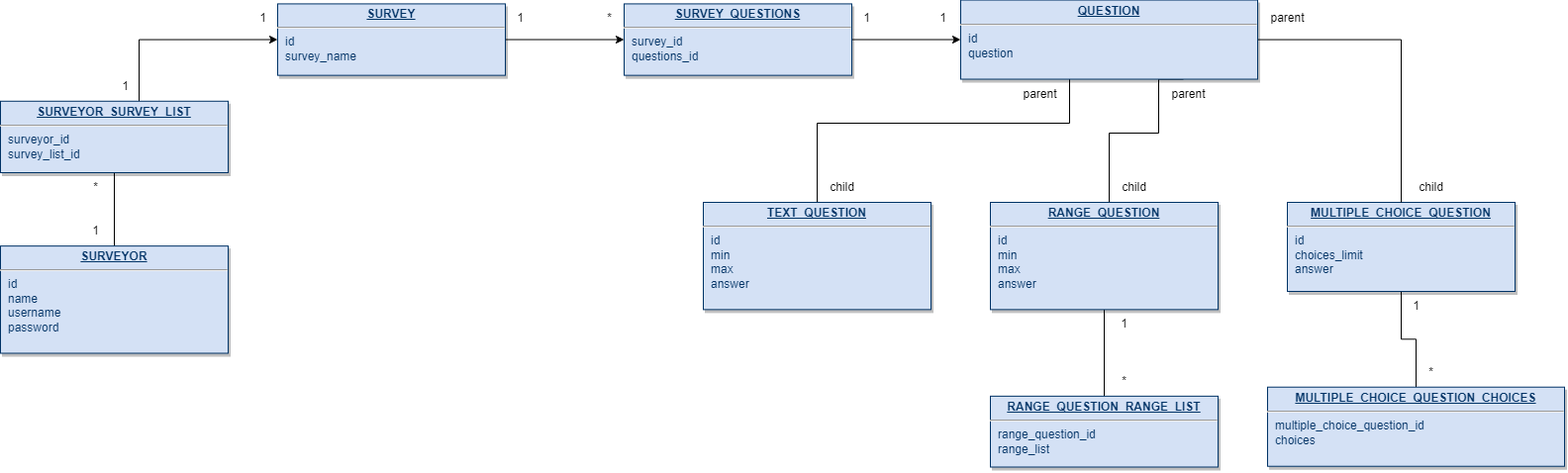
This is diagrams/er-diagram.drawio.png from dianamiraflor/4806-project, a draw.io export, as it was before one commit. Source tidied: cells renumbered, new cells last; positions are measured from the earlier drawing's top-left corner, leaving out a move shared by most shapes.
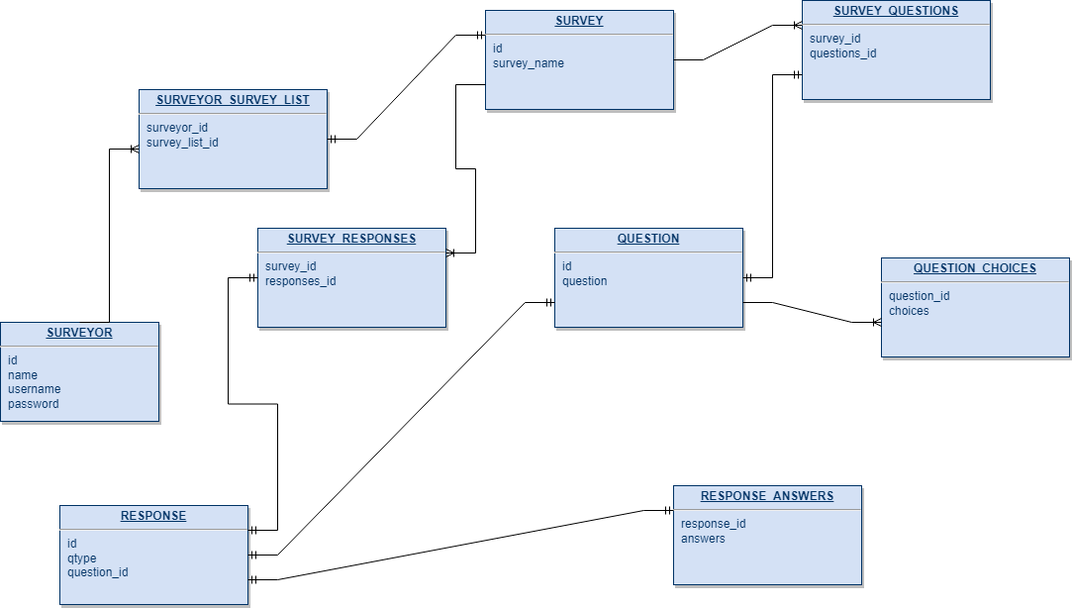
The same diagram one commit later.

Diff of the diagram source:
```diff
@@ -2,132 +2,65 @@
   <root>
     <mxCell id="0" />
     <mxCell id="1" parent="0" />
-    <mxCell id="2" style="edgeStyle=orthogonalEdgeStyle;rounded=0;jettySize=auto;html=1;entryX=0.5;entryY=0;entryDx=0;entryDy=0;endArrow=none;endFill=0;" parent="1" edge="1" source="3" target="4">
-      <mxGeometry relative="1" as="geometry" />
-    </mxCell>
-    <mxCell id="3" value="&lt;p style=&quot;margin: 0px; margin-top: 4px; text-align: center; text-decoration: underline;&quot;&gt;&lt;strong&gt;MULTIPLE_CHOICE_QUESTION&lt;/strong&gt;&lt;/p&gt;&lt;hr&gt;&lt;p style=&quot;margin: 0px; margin-left: 8px;&quot;&gt;id&lt;/p&gt;&lt;p style=&quot;margin: 0px; margin-left: 8px;&quot;&gt;choices_limit&lt;/p&gt;&lt;p style=&quot;margin: 0px; margin-left: 8px;&quot;&gt;answer&lt;/p&gt;" style="verticalAlign=top;align=left;overflow=fill;fontSize=12;fontFamily=Helvetica;html=1;strokeColor=#003366;shadow=1;fillColor=#D4E1F5;fontColor=#003366;" parent="1" vertex="1">
-      <mxGeometry x="1300" y="204" width="230" height="90" as="geometry" />
-    </mxCell>
-    <mxCell id="4" value="&lt;p style=&quot;margin: 0px; margin-top: 4px; text-align: center; text-decoration: underline;&quot;&gt;&lt;strong&gt;MULTIPLE_CHOICE_QUESTION_CHOICES&lt;/strong&gt;&lt;/p&gt;&lt;hr&gt;&lt;p style=&quot;margin: 0px; margin-left: 8px;&quot;&gt;multiple_choice_question_id&lt;/p&gt;&lt;p style=&quot;margin: 0px; margin-left: 8px;&quot;&gt;choices&lt;/p&gt;" style="verticalAlign=top;align=left;overflow=fill;fontSize=12;fontFamily=Helvetica;html=1;strokeColor=#003366;shadow=1;fillColor=#D4E1F5;fontColor=#003366;" parent="1" vertex="1">
-      <mxGeometry x="1280" y="390.7" width="300" height="80" as="geometry" />
-    </mxCell>
-    <mxCell id="5" style="edgeStyle=orthogonalEdgeStyle;rounded=0;jettySize=auto;html=1;entryX=0.5;entryY=0;entryDx=0;entryDy=0;endArrow=none;endFill=0;" parent="1" edge="1" source="8" target="12">
-      <mxGeometry relative="1" as="geometry">
-        <Array as="points">
-          <mxPoint x="1080" y="124" />
-          <mxPoint x="825" y="124" />
-        </Array>
-      </mxGeometry>
-    </mxCell>
-    <mxCell id="6" style="edgeStyle=orthogonalEdgeStyle;rounded=0;jettySize=auto;html=1;entryX=0.5;entryY=0;entryDx=0;entryDy=0;exitX=0.75;exitY=1;exitDx=0;exitDy=0;endArrow=none;endFill=0;" parent="1" edge="1" source="8" target="10">
-      <mxGeometry relative="1" as="geometry">
-        <Array as="points">
-          <mxPoint x="1170" y="79" />
-          <mxPoint x="1170" y="134" />
-          <mxPoint x="1120" y="134" />
-          <mxPoint x="1120" y="204" />
-        </Array>
-      </mxGeometry>
-    </mxCell>
-    <mxCell id="7" style="edgeStyle=orthogonalEdgeStyle;rounded=0;jettySize=auto;html=1;entryX=0.5;entryY=0;entryDx=0;entryDy=0;endArrow=none;endFill=0;" parent="1" edge="1" source="8" target="3">
-      <mxGeometry relative="1" as="geometry" />
-    </mxCell>
+    <mxCell id="14" value="&lt;p style=&quot;margin: 0px; margin-top: 4px; text-align: center; text-decoration: underline;&quot;&gt;&lt;b&gt;SURVEYOR&lt;/b&gt;&lt;/p&gt;&lt;hr&gt;&lt;p style=&quot;margin: 0px; margin-left: 8px;&quot;&gt;id&lt;/p&gt;&lt;p style=&quot;margin: 0px; margin-left: 8px;&quot;&gt;name&lt;/p&gt;&lt;p style=&quot;margin: 0px; margin-left: 8px;&quot;&gt;username&lt;/p&gt;&lt;p style=&quot;margin: 0px; margin-left: 8px;&quot;&gt;password&lt;/p&gt;" style="verticalAlign=top;align=left;overflow=fill;fontSize=12;fontFamily=Helvetica;html=1;strokeColor=#003366;shadow=1;fillColor=#D4E1F5;fontColor=#003366;" parent="1" vertex="1">
+      <mxGeometry x="1240" y="539" width="160" height="100" as="geometry" />
+    </mxCell>
+    <mxCell id="20" value="&lt;p style=&quot;margin: 0px; margin-top: 4px; text-align: center; text-decoration: underline;&quot;&gt;&lt;b&gt;SURVEYOR_SURVEY_LIST&lt;/b&gt;&lt;/p&gt;&lt;hr&gt;&lt;p style=&quot;margin: 0px; margin-left: 8px;&quot;&gt;surveyor_id&lt;/p&gt;&lt;p style=&quot;margin: 0px; margin-left: 8px;&quot;&gt;survey_list_id&lt;/p&gt;" style="verticalAlign=top;align=left;overflow=fill;fontSize=12;fontFamily=Helvetica;html=1;strokeColor=#003366;shadow=1;fillColor=#D4E1F5;fontColor=#003366;" parent="1" vertex="1">
+      <mxGeometry x="1380" y="304" width="190" height="100" as="geometry" />
+    </mxCell>
+    <mxCell id="16" value="&lt;p style=&quot;margin: 0px; margin-top: 4px; text-align: center; text-decoration: underline;&quot;&gt;&lt;b&gt;SURVEY&lt;/b&gt;&lt;/p&gt;&lt;hr&gt;&lt;p style=&quot;margin: 0px; margin-left: 8px;&quot;&gt;id&lt;/p&gt;&lt;p style=&quot;margin: 0px; margin-left: 8px;&quot;&gt;survey_name&lt;/p&gt;" style="verticalAlign=top;align=left;overflow=fill;fontSize=12;fontFamily=Helvetica;html=1;strokeColor=#003366;shadow=1;fillColor=#D4E1F5;fontColor=#003366;" parent="1" vertex="1">
+      <mxGeometry x="1730" y="224" width="190" height="100" as="geometry" />
+    </mxCell>
+    <mxCell id="18" value="&lt;p style=&quot;margin: 0px; margin-top: 4px; text-align: center; text-decoration: underline;&quot;&gt;&lt;b&gt;SURVEY_QUESTIONS&lt;/b&gt;&lt;/p&gt;&lt;hr&gt;&lt;p style=&quot;margin: 0px; margin-left: 8px;&quot;&gt;survey_id&lt;/p&gt;&lt;p style=&quot;margin: 0px; margin-left: 8px;&quot;&gt;questions_id&lt;/p&gt;" style="verticalAlign=top;align=left;overflow=fill;fontSize=12;fontFamily=Helvetica;html=1;strokeColor=#003366;shadow=1;fillColor=#D4E1F5;fontColor=#003366;" parent="1" vertex="1">
+      <mxGeometry x="2050" y="214" width="190" height="100" as="geometry" />
+    </mxCell>
     <mxCell id="8" value="&lt;p style=&quot;margin: 0px; margin-top: 4px; text-align: center; text-decoration: underline;&quot;&gt;&lt;b&gt;QUESTION&lt;/b&gt;&lt;/p&gt;&lt;hr&gt;&lt;p style=&quot;margin: 0px; margin-left: 8px;&quot;&gt;id&lt;/p&gt;&lt;p style=&quot;margin: 0px; margin-left: 8px;&quot;&gt;question&lt;/p&gt;" style="verticalAlign=top;align=left;overflow=fill;fontSize=12;fontFamily=Helvetica;html=1;strokeColor=#003366;shadow=1;fillColor=#D4E1F5;fontColor=#003366;" parent="1" vertex="1">
-      <mxGeometry x="970" y="-0.5" width="300" height="80" as="geometry" />
+      <mxGeometry x="1800" y="444" width="190" height="100" as="geometry" />
     </mxCell>
-    <mxCell id="9" style="edgeStyle=orthogonalEdgeStyle;rounded=0;jettySize=auto;html=1;exitX=0.5;exitY=1;exitDx=0;exitDy=0;entryX=0.5;entryY=0;entryDx=0;entryDy=0;endArrow=none;endFill=0;" parent="1" edge="1" source="10" target="11">
-      <mxGeometry relative="1" as="geometry" />
-    </mxCell>
-    <mxCell id="10" value="&lt;p style=&quot;margin: 0px; margin-top: 4px; text-align: center; text-decoration: underline;&quot;&gt;&lt;b&gt;RANGE_QUESTION&lt;/b&gt;&lt;/p&gt;&lt;hr&gt;&lt;p style=&quot;margin: 0px; margin-left: 8px;&quot;&gt;id&lt;/p&gt;&lt;p style=&quot;margin: 0px; margin-left: 8px;&quot;&gt;min&lt;/p&gt;&lt;p style=&quot;margin: 0px; margin-left: 8px;&quot;&gt;max&lt;/p&gt;&lt;p style=&quot;margin: 0px; margin-left: 8px;&quot;&gt;answer&lt;/p&gt;" style="verticalAlign=top;align=left;overflow=fill;fontSize=12;fontFamily=Helvetica;html=1;strokeColor=#003366;shadow=1;fillColor=#D4E1F5;fontColor=#003366;" parent="1" vertex="1">
-      <mxGeometry x="1000" y="204" width="230" height="108.4" as="geometry" />
-    </mxCell>
-    <mxCell id="11" value="&lt;p style=&quot;margin: 0px; margin-top: 4px; text-align: center; text-decoration: underline;&quot;&gt;&lt;b&gt;RANGE_QUESTION_RANGE_LIST&lt;/b&gt;&lt;/p&gt;&lt;hr&gt;&lt;p style=&quot;margin: 0px; margin-left: 8px;&quot;&gt;range_question_id&lt;/p&gt;&lt;p style=&quot;margin: 0px; margin-left: 8px;&quot;&gt;range_list&lt;/p&gt;" style="verticalAlign=top;align=left;overflow=fill;fontSize=12;fontFamily=Helvetica;html=1;strokeColor=#003366;shadow=1;fillColor=#D4E1F5;fontColor=#003366;" parent="1" vertex="1">
-      <mxGeometry x="1000" y="399.9" width="230" height="71.6" as="geometry" />
-    </mxCell>
-    <mxCell id="12" value="&lt;p style=&quot;margin: 0px; margin-top: 4px; text-align: center; text-decoration: underline;&quot;&gt;&lt;b&gt;TEXT_QUESTION&lt;/b&gt;&lt;/p&gt;&lt;hr&gt;&lt;p style=&quot;margin: 0px; margin-left: 8px;&quot;&gt;id&lt;/p&gt;&lt;p style=&quot;margin: 0px; margin-left: 8px;&quot;&gt;min&lt;/p&gt;&lt;p style=&quot;margin: 0px; margin-left: 8px;&quot;&gt;max&lt;/p&gt;&lt;p style=&quot;margin: 0px; margin-left: 8px;&quot;&gt;answer&lt;/p&gt;" style="verticalAlign=top;align=left;overflow=fill;fontSize=12;fontFamily=Helvetica;html=1;strokeColor=#003366;shadow=1;fillColor=#D4E1F5;fontColor=#003366;" parent="1" vertex="1">
-      <mxGeometry x="710" y="204" width="230" height="108.4" as="geometry" />
-    </mxCell>
-    <mxCell id="13" style="edgeStyle=orthogonalEdgeStyle;rounded=0;jettySize=auto;html=1;endArrow=none;endFill=0;" parent="1" edge="1" source="14" target="20">
-      <mxGeometry relative="1" as="geometry" />
-    </mxCell>
-    <mxCell id="14" value="&lt;p style=&quot;margin: 0px; margin-top: 4px; text-align: center; text-decoration: underline;&quot;&gt;&lt;b&gt;SURVEYOR&lt;/b&gt;&lt;/p&gt;&lt;hr&gt;&lt;p style=&quot;margin: 0px; margin-left: 8px;&quot;&gt;id&lt;/p&gt;&lt;p style=&quot;margin: 0px; margin-left: 8px;&quot;&gt;name&lt;/p&gt;&lt;p style=&quot;margin: 0px; margin-left: 8px;&quot;&gt;username&lt;/p&gt;&lt;p style=&quot;margin: 0px; margin-left: 8px;&quot;&gt;password&lt;/p&gt;" style="verticalAlign=top;align=left;overflow=fill;fontSize=12;fontFamily=Helvetica;html=1;strokeColor=#003366;shadow=1;fillColor=#D4E1F5;fontColor=#003366;" parent="1" vertex="1">
-      <mxGeometry y="248.1" width="230" height="108.4" as="geometry" />
-    </mxCell>
+    <mxCell id="39" value="&lt;p style=&quot;margin: 0px; margin-top: 4px; text-align: center; text-decoration: underline;&quot;&gt;&lt;b&gt;RESPONSE&lt;/b&gt;&lt;/p&gt;&lt;hr&gt;&lt;p style=&quot;margin: 0px; margin-left: 8px;&quot;&gt;id&lt;/p&gt;&lt;p style=&quot;margin: 0px; margin-left: 8px;&quot;&gt;qtype&lt;/p&gt;&lt;p style=&quot;margin: 0px; margin-left: 8px;&quot;&gt;question_id&lt;/p&gt;" style="verticalAlign=top;align=left;overflow=fill;fontSize=12;fontFamily=Helvetica;html=1;strokeColor=#003366;shadow=1;fillColor=#D4E1F5;fontColor=#003366;" parent="1" vertex="1">
+      <mxGeometry x="1300" y="724" width="190" height="100" as="geometry" />
+    </mxCell>
+    <mxCell id="40" value="&lt;p style=&quot;margin: 0px; margin-top: 4px; text-align: center; text-decoration: underline;&quot;&gt;&lt;b&gt;SURVEY_RESPONSES&lt;/b&gt;&lt;/p&gt;&lt;hr&gt;&lt;p style=&quot;margin: 0px; margin-left: 8px;&quot;&gt;survey_id&lt;/p&gt;&lt;p style=&quot;margin: 0px; margin-left: 8px;&quot;&gt;responses_id&lt;/p&gt;" style="verticalAlign=top;align=left;overflow=fill;fontSize=12;fontFamily=Helvetica;html=1;strokeColor=#003366;shadow=1;fillColor=#D4E1F5;fontColor=#003366;" parent="1" vertex="1">
+      <mxGeometry x="1500" y="444" width="190" height="100" as="geometry" />
+    </mxCell>
+    <mxCell id="41" value="&lt;p style=&quot;margin: 0px; margin-top: 4px; text-align: center; text-decoration: underline;&quot;&gt;&lt;b&gt;RESPONSE_ANSWERS&lt;/b&gt;&lt;/p&gt;&lt;hr&gt;&lt;p style=&quot;margin: 0px; margin-left: 8px;&quot;&gt;response_id&lt;/p&gt;&lt;p style=&quot;margin: 0px; margin-left: 8px;&quot;&gt;answers&lt;/p&gt;" style="verticalAlign=top;align=left;overflow=fill;fontSize=12;fontFamily=Helvetica;html=1;strokeColor=#003366;shadow=1;fillColor=#D4E1F5;fontColor=#003366;" parent="1" vertex="1">
+      <mxGeometry x="1920" y="704" width="190" height="100" as="geometry" />
+    </mxCell>
+    <mxCell id="42" value="&lt;p style=&quot;margin: 0px; margin-top: 4px; text-align: center; text-decoration: underline;&quot;&gt;&lt;b&gt;QUESTION_CHOICES&lt;/b&gt;&lt;/p&gt;&lt;hr&gt;&lt;p style=&quot;margin: 0px; margin-left: 8px;&quot;&gt;question_id&lt;/p&gt;&lt;p style=&quot;margin: 0px; margin-left: 8px;&quot;&gt;choices&lt;/p&gt;" style="verticalAlign=top;align=left;overflow=fill;fontSize=12;fontFamily=Helvetica;html=1;strokeColor=#003366;shadow=1;fillColor=#D4E1F5;fontColor=#003366;" parent="1" vertex="1">
+      <mxGeometry x="2130" y="474" width="190" height="100" as="geometry" />
+    </mxCell>
+    <mxCell id="43" style="edgeStyle=entityRelationEdgeStyle;fontSize=12;html=1;endArrow=ERoneToMany;rounded=0;exitX=0.5;exitY=0;exitDx=0;exitDy=0;" parent="1" edge="1" source="14">
+      <mxGeometry relative="1" as="geometry">
+        <mxPoint x="1380" y="364" as="targetPoint" />
+      </mxGeometry>
+    </mxCell>
+    <mxCell id="44" style="edgeStyle=entityRelationEdgeStyle;fontSize=12;html=1;endArrow=ERmandOne;startArrow=ERmandOne;rounded=0;entryX=0;entryY=0.25;entryDx=0;entryDy=0;" parent="1" edge="1" target="16">
+      <mxGeometry relative="1" as="geometry">
+        <mxPoint x="1570" y="354" as="sourcePoint" />
+      </mxGeometry>
+    </mxCell>
-    <mxCell id="15" style="edgeStyle=orthogonalEdgeStyle;rounded=0;jettySize=auto;html=1;entryX=0;entryY=0.5;entryDx=0;entryDy=0;" parent="1" edge="1" source="16" target="18">
+    <mxCell id="15" style="edgeStyle=entityRelationEdgeStyle;fontSize=12;html=1;endArrow=ERoneToMany;rounded=0;exitX=1;exitY=0.5;exitDx=0;exitDy=0;entryX=0;entryY=0.25;entryDx=0;entryDy=0;" parent="1" edge="1" source="16" target="18">
       <mxGeometry relative="1" as="geometry" />
     </mxCell>
-    <mxCell id="16" value="&lt;p style=&quot;margin: 0px; margin-top: 4px; text-align: center; text-decoration: underline;&quot;&gt;&lt;b&gt;SURVEY&lt;/b&gt;&lt;/p&gt;&lt;hr&gt;&lt;p style=&quot;margin: 0px; margin-left: 8px;&quot;&gt;id&lt;/p&gt;&lt;p style=&quot;margin: 0px; margin-left: 8px;&quot;&gt;survey_name&lt;/p&gt;" style="verticalAlign=top;align=left;overflow=fill;fontSize=12;fontFamily=Helvetica;html=1;strokeColor=#003366;shadow=1;fillColor=#D4E1F5;fontColor=#003366;" parent="1" vertex="1">
-      <mxGeometry x="280" y="3.4" width="230" height="72.2" as="geometry" />
-    </mxCell>
-    <mxCell id="17" style="edgeStyle=orthogonalEdgeStyle;rounded=0;jettySize=auto;html=1;entryX=0;entryY=0.5;entryDx=0;entryDy=0;" parent="1" edge="1" source="18" target="8">
-      <mxGeometry relative="1" as="geometry" />
-    </mxCell>
-    <mxCell id="18" value="&lt;p style=&quot;margin: 0px; margin-top: 4px; text-align: center; text-decoration: underline;&quot;&gt;&lt;b&gt;SURVEY_QUESTIONS&lt;/b&gt;&lt;/p&gt;&lt;hr&gt;&lt;p style=&quot;margin: 0px; margin-left: 8px;&quot;&gt;survey_id&lt;/p&gt;&lt;p style=&quot;margin: 0px; margin-left: 8px;&quot;&gt;questions_id&lt;/p&gt;" style="verticalAlign=top;align=left;overflow=fill;fontSize=12;fontFamily=Helvetica;html=1;strokeColor=#003366;shadow=1;fillColor=#D4E1F5;fontColor=#003366;" parent="1" vertex="1">
-      <mxGeometry x="630" y="3.4" width="230" height="72.2" as="geometry" />
-    </mxCell>
-    <mxCell id="19" style="edgeStyle=orthogonalEdgeStyle;rounded=0;jettySize=auto;html=1;entryX=0;entryY=0.5;entryDx=0;entryDy=0;" parent="1" edge="1" source="20" target="16">
-      <mxGeometry relative="1" as="geometry">
-        <Array as="points">
-          <mxPoint x="140" y="39" />
-        </Array>
-      </mxGeometry>
-    </mxCell>
-    <mxCell id="20" value="&lt;p style=&quot;margin: 0px; margin-top: 4px; text-align: center; text-decoration: underline;&quot;&gt;&lt;b&gt;SURVEYOR_SURVEY_LIST&lt;/b&gt;&lt;/p&gt;&lt;hr&gt;&lt;p style=&quot;margin: 0px; margin-left: 8px;&quot;&gt;surveyor_id&lt;/p&gt;&lt;p style=&quot;margin: 0px; margin-left: 8px;&quot;&gt;survey_list_id&lt;/p&gt;" style="verticalAlign=top;align=left;overflow=fill;fontSize=12;fontFamily=Helvetica;html=1;strokeColor=#003366;shadow=1;fillColor=#D4E1F5;fontColor=#003366;" parent="1" vertex="1">
-      <mxGeometry y="101.8" width="230" height="72.2" as="geometry" />
-    </mxCell>
-    <mxCell id="21" value="1" style="text;html=1;align=center;verticalAlign=middle;strokeColor=none;fillColor=none;" parent="1" vertex="1">
-      <mxGeometry x="81" y="218.1" width="30" height="30" as="geometry" />
-    </mxCell>
-    <mxCell id="22" value="*" style="text;html=1;align=center;verticalAlign=middle;strokeColor=none;fillColor=none;" parent="1" vertex="1">
-      <mxGeometry x="81" y="174" width="30" height="30" as="geometry" />
-    </mxCell>
-    <mxCell id="23" value="1" style="text;html=1;align=center;verticalAlign=middle;strokeColor=none;fillColor=none;" parent="1" vertex="1">
-      <mxGeometry x="111" y="71.8" width="30" height="30" as="geometry" />
-    </mxCell>
-    <mxCell id="24" value="1" style="text;html=1;align=center;verticalAlign=middle;strokeColor=none;fillColor=none;" parent="1" vertex="1">
-      <mxGeometry x="250" y="3.4" width="30" height="30" as="geometry" />
-    </mxCell>
-    <mxCell id="25" value="1" style="text;html=1;align=center;verticalAlign=middle;strokeColor=none;fillColor=none;" parent="1" vertex="1">
-      <mxGeometry x="510" y="3.4" width="30" height="30" as="geometry" />
-    </mxCell>
-    <mxCell id="26" value="*" style="text;html=1;align=center;verticalAlign=middle;strokeColor=none;fillColor=none;" parent="1" vertex="1">
-      <mxGeometry x="600" y="3.4" width="30" height="30" as="geometry" />
-    </mxCell>
-    <mxCell id="27" value="1" style="text;html=1;align=center;verticalAlign=middle;strokeColor=none;fillColor=none;" parent="1" vertex="1">
-      <mxGeometry x="860" y="3.4" width="30" height="30" as="geometry" />
-    </mxCell>
-    <mxCell id="28" value="1" style="text;html=1;align=center;verticalAlign=middle;strokeColor=none;fillColor=none;" parent="1" vertex="1">
-      <mxGeometry x="937" y="3.4" width="30" height="30" as="geometry" />
-    </mxCell>
-    <mxCell id="29" value="parent" style="text;html=1;align=center;verticalAlign=middle;strokeColor=none;fillColor=none;" parent="1" vertex="1">
-      <mxGeometry x="1020" y="79.5" width="60" height="30" as="geometry" />
-    </mxCell>
-    <mxCell id="30" value="child" style="text;html=1;align=center;verticalAlign=middle;strokeColor=none;fillColor=none;" parent="1" vertex="1">
-      <mxGeometry x="825" y="174" width="50" height="30" as="geometry" />
-    </mxCell>
-    <mxCell id="31" value="parent" style="text;html=1;align=center;verticalAlign=middle;strokeColor=none;fillColor=none;" parent="1" vertex="1">
-      <mxGeometry x="1170" y="79.5" width="60" height="30" as="geometry" />
-    </mxCell>
-    <mxCell id="32" value="child" style="text;html=1;align=center;verticalAlign=middle;strokeColor=none;fillColor=none;" parent="1" vertex="1">
-      <mxGeometry x="1120" y="174" width="50" height="30" as="geometry" />
-    </mxCell>
-    <mxCell id="33" value="parent" style="text;html=1;align=center;verticalAlign=middle;strokeColor=none;fillColor=none;" parent="1" vertex="1">
-      <mxGeometry x="1270" y="3.4" width="60" height="30" as="geometry" />
-    </mxCell>
-    <mxCell id="34" value="child" style="text;html=1;align=center;verticalAlign=middle;strokeColor=none;fillColor=none;" parent="1" vertex="1">
-      <mxGeometry x="1420" y="174" width="50" height="30" as="geometry" />
-    </mxCell>
-    <mxCell id="35" value="1" style="text;html=1;align=center;verticalAlign=middle;strokeColor=none;fillColor=none;" parent="1" vertex="1">
-      <mxGeometry x="1120" y="312.4" width="30" height="30" as="geometry" />
-    </mxCell>
-    <mxCell id="36" value="*" style="text;html=1;align=center;verticalAlign=middle;strokeColor=none;fillColor=none;" parent="1" vertex="1">
-      <mxGeometry x="1120" y="369.9" width="30" height="30" as="geometry" />
-    </mxCell>
-    <mxCell id="37" value="*" style="text;html=1;align=center;verticalAlign=middle;strokeColor=none;fillColor=none;" parent="1" vertex="1">
-      <mxGeometry x="1430" y="360.7" width="30" height="30" as="geometry" />
-    </mxCell>
-    <mxCell id="38" value="1" style="text;html=1;align=center;verticalAlign=middle;strokeColor=none;fillColor=none;" parent="1" vertex="1">
-      <mxGeometry x="1415" y="294" width="30" height="30" as="geometry" />
-    </mxCell>
+    <mxCell id="45" style="edgeStyle=entityRelationEdgeStyle;fontSize=12;html=1;endArrow=ERmandOne;startArrow=ERmandOne;rounded=0;entryX=0;entryY=0.75;entryDx=0;entryDy=0;exitX=1;exitY=0.5;exitDx=0;exitDy=0;" parent="1" edge="1" source="8" target="18">
+      <mxGeometry relative="1" as="geometry" />
+    </mxCell>
+    <mxCell id="46" style="edgeStyle=entityRelationEdgeStyle;fontSize=12;html=1;endArrow=ERmandOne;startArrow=ERmandOne;rounded=0;entryX=0;entryY=0.75;entryDx=0;entryDy=0;exitX=1;exitY=0.5;exitDx=0;exitDy=0;" parent="1" edge="1" source="39" target="8">
+      <mxGeometry relative="1" as="geometry" />
+    </mxCell>
+    <mxCell id="47" style="edgeStyle=entityRelationEdgeStyle;fontSize=12;html=1;endArrow=ERoneToMany;rounded=0;entryX=1;entryY=0.25;entryDx=0;entryDy=0;exitX=0;exitY=0.75;exitDx=0;exitDy=0;" parent="1" edge="1" source="16" target="40">
+      <mxGeometry relative="1" as="geometry" />
+    </mxCell>
+    <mxCell id="48" style="edgeStyle=entityRelationEdgeStyle;fontSize=12;html=1;endArrow=ERoneToMany;rounded=0;exitX=1;exitY=0.75;exitDx=0;exitDy=0;" parent="1" edge="1" source="8">
+      <mxGeometry relative="1" as="geometry">
+        <mxPoint x="2130" y="539" as="targetPoint" />
+      </mxGeometry>
+    </mxCell>
+    <mxCell id="49" style="edgeStyle=entityRelationEdgeStyle;fontSize=12;html=1;endArrow=ERmandOne;startArrow=ERmandOne;rounded=0;exitX=1;exitY=0.75;exitDx=0;exitDy=0;entryX=0;entryY=0.25;entryDx=0;entryDy=0;" parent="1" edge="1" source="39" target="41">
+      <mxGeometry relative="1" as="geometry" />
+    </mxCell>
+    <mxCell id="50" style="edgeStyle=entityRelationEdgeStyle;fontSize=12;html=1;endArrow=ERmandOne;startArrow=ERmandOne;rounded=0;entryX=0;entryY=0.5;entryDx=0;entryDy=0;exitX=1;exitY=0.25;exitDx=0;exitDy=0;" parent="1" edge="1" source="39" target="40">
+      <mxGeometry relative="1" as="geometry" />
+    </mxCell>
   </root>
 </mxGraphModel>
```
